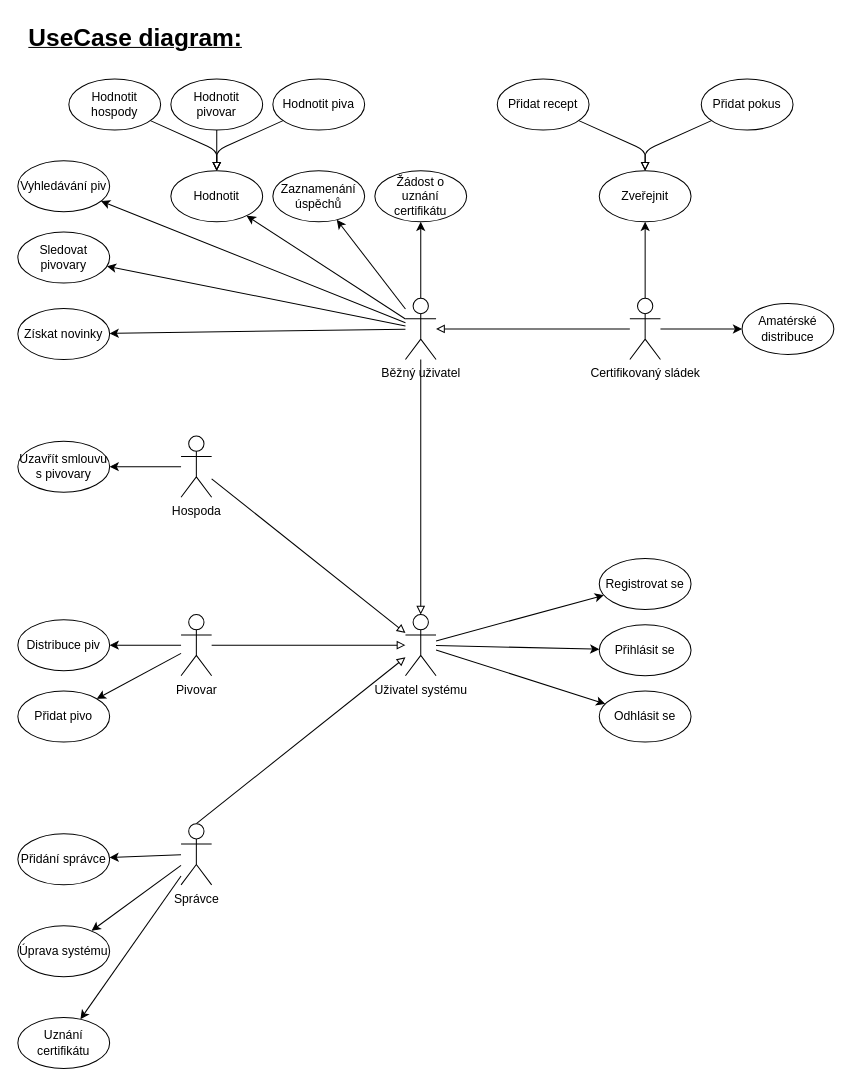
This is IUS/IUS_projekt/UseCase.drawio from dan1235689/Diagrams, a draw.io file, before an edit. Source tidied: cells renumbered, new cells numbered last; positions are measured from the earlier drawing's top-left corner, leaving out a move shared by most shapes. Both pictures are drawn from the tidied source at 102%, with x=0, y=0 at pixel (17, 17).
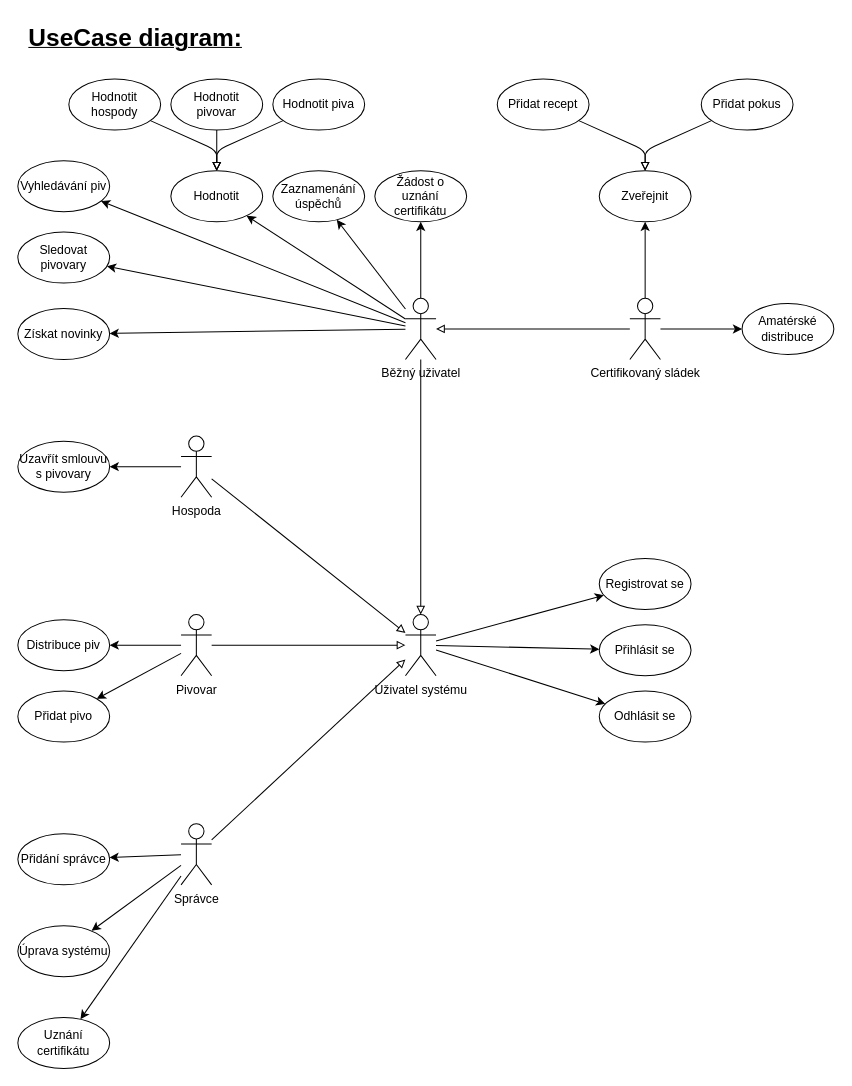
The same page after the edit.

Unchanged cells that the change refers to:
```xml
<mxCell id="35" value="Uživatel systému" style="shape=umlActor;verticalLabelPosition=bottom;verticalAlign=top;html=1;" parent="1" vertex="1">
  <mxGeometry x="380" y="585" width="30" height="60" as="geometry" />
</mxCell>
<mxCell id="45" value="Správce" style="shape=umlActor;verticalLabelPosition=bottom;verticalAlign=top;html=1;outlineConnect=0;" parent="1" vertex="1">
  <mxGeometry x="160" y="790" width="30" height="60" as="geometry" />
</mxCell>
```

The edit, as a diff of the source:
```diff
@@
-    <mxCell id="43" style="edgeStyle=none;html=1;exitX=0.5;exitY=0;exitDx=0;exitDy=0;exitPerimeter=0;endArrow=block;endFill=0;" parent="1" edge="1" source="45" target="35">
+    <mxCell id="43" style="edgeStyle=none;html=1;endArrow=block;endFill=0;" parent="1" edge="1" source="45" target="35">
       <mxGeometry relative="1" as="geometry" />
     </mxCell>
```
